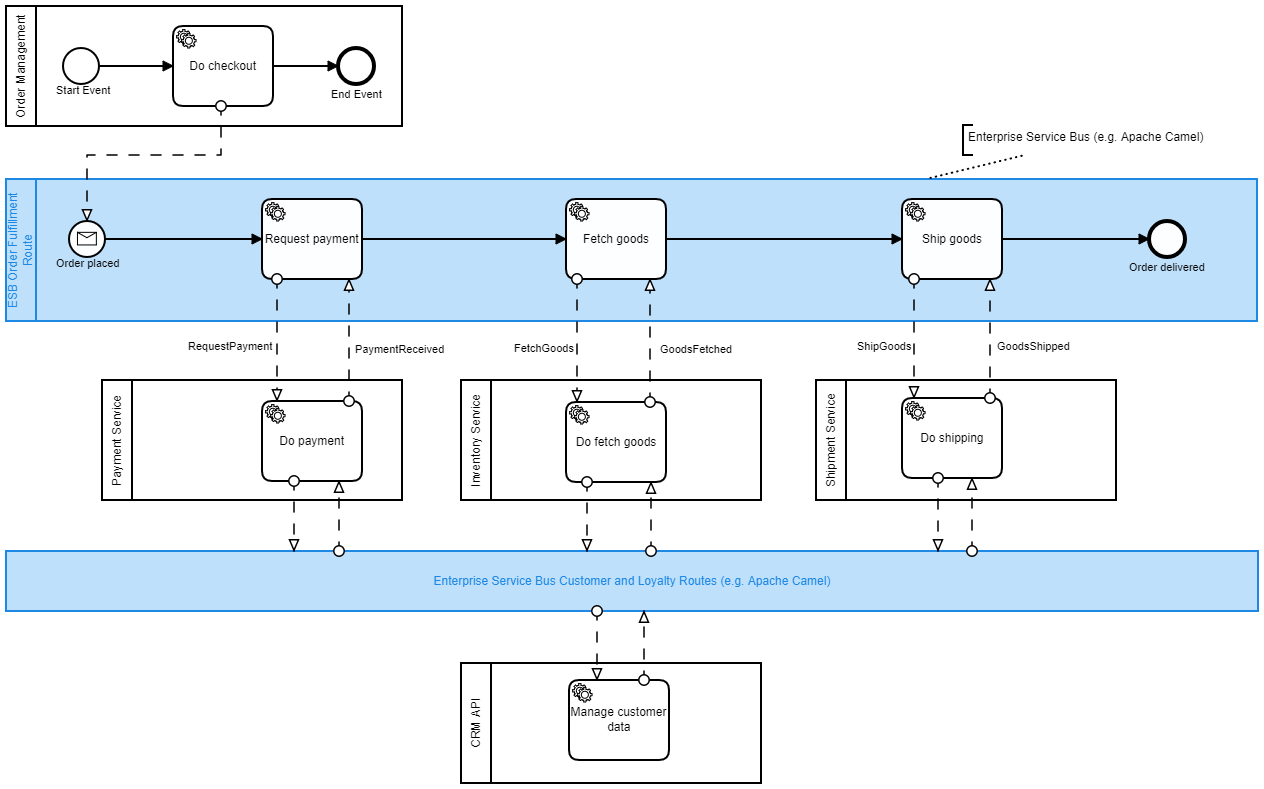
Above: images/0_order_fulfillment_service.png in DigiPR/digient-service-integration (BPMN), before the change. Its source is kept beside it as modelling/0_order_fulfillment_service.bpmn. Ids are renumbered. Its diagram source:
```xml
<bpmn:definitions xmlns:bpmn="http://www.omg.org/spec/BPMN/20100524/MODEL" xmlns:bpmndi="http://www.omg.org/spec/BPMN/20100524/DI" xmlns:di="http://www.omg.org/spec/DD/20100524/DI" xmlns:dc="http://www.omg.org/spec/DD/20100524/DC" xmlns:xsi="http://www.w3.org/2001/XMLSchema-instance" xmlns:camunda="http://camunda.org/schema/1.0/bpmn" xmlns:bioc="http://bpmn.io/schema/bpmn/biocolor/1.0" id="Definitions_1" targetNamespace="http://bpmn.io/schema/bpmn" exporter="Camunda Modeler" exporterVersion="2.0.3">
  <bpmn:collaboration id="Collaboration_n1">
    <bpmn:participant id="Participant_n2" name="Order Management" processRef="message-orchestration-checkout" />
    <bpmn:participant id="Participant_n3" name="ESB Order Fulfillment Route" processRef="message-orchestration-order" />
    <bpmn:participant id="Participant_n4" name="Payment Service" processRef="Process_n5" />
    <bpmn:participant id="Participant_n6" name="Inventory Service" processRef="Process_n7" />
    <bpmn:participant id="Participant_n8" name="Shipment Service" processRef="Process_n9" />
    <bpmn:participant id="Participant_n10" name="Enterprise Service Bus Customer and Loyalty Routes (e.g. Apache Camel)" />
    <bpmn:participant id="Participant_n11" name="CRM API" processRef="Process_n12" />
    <bpmn:messageFlow id="MessageFlow_n13" sourceRef="Task_n14" targetRef="StartEvent_n15" />
    <bpmn:messageFlow id="MessageFlow_n16" sourceRef="ServiceTask_n17" targetRef="Participant_n10" />
    <bpmn:messageFlow id="MessageFlow_n18" sourceRef="ServiceTask_n19" targetRef="Participant_n10" />
    <bpmn:messageFlow id="MessageFlow_n20" sourceRef="ServiceTask_n21" targetRef="Participant_n10" />
    <bpmn:messageFlow id="MessageFlow_n22" sourceRef="Participant_n10" targetRef="ServiceTask_n17" />
    <bpmn:messageFlow id="MessageFlow_n23" sourceRef="Participant_n10" targetRef="ServiceTask_n19" />
    <bpmn:messageFlow id="MessageFlow_n24" sourceRef="Participant_n10" targetRef="ServiceTask_n21" />
    <bpmn:messageFlow id="MessageFlow_n25" sourceRef="Participant_n10" targetRef="ServiceTask_n26" />
    <bpmn:messageFlow id="MessageFlow_n27" sourceRef="ServiceTask_n26" targetRef="Participant_n10" />
    <bpmn:messageFlow id="MessageFlow_n28" name="GoodsFetched" sourceRef="ServiceTask_n19" targetRef="SendTask_n29" />
    <bpmn:messageFlow id="MessageFlow_n30" name="GoodsShipped" sourceRef="ServiceTask_n21" targetRef="SendTask_n31" />
    <bpmn:messageFlow id="MessageFlow_n32" name="PaymentReceived" sourceRef="ServiceTask_n17" targetRef="SendTask_n33" />
    <bpmn:messageFlow id="MessageFlow_n34" name="FetchGoods" sourceRef="SendTask_n29" targetRef="ServiceTask_n19" />
    <bpmn:messageFlow id="MessageFlow_n35" name="ShipGoods" sourceRef="SendTask_n31" targetRef="ServiceTask_n21" />
    <bpmn:messageFlow id="MessageFlow_n36" name="RequestPayment" sourceRef="SendTask_n33" targetRef="ServiceTask_n17" />
    <bpmn:textAnnotation id="TextAnnotation_n37">
      <bpmn:text>Enterprise Service Bus (e.g. Apache Camel)</bpmn:text>
    </bpmn:textAnnotation>
    <bpmn:association id="Association_n38" sourceRef="Participant_n3" targetRef="TextAnnotation_n37" />
  </bpmn:collaboration>
  <bpmn:process id="message-orchestration-checkout" name="message-orchestration-checkout" isExecutable="true">
    <bpmn:startEvent id="StartEvent_1" name="Start Event">
      <bpmn:extensionElements>
        <camunda:formData businessKey="businessKey">
          <camunda:formField id="businessKey" label="Business Key" type="string" defaultValue="${strongUuidGenerator.getNextId()}" />
        </camunda:formData>
      </bpmn:extensionElements>
      <bpmn:outgoing>SequenceFlow_n39</bpmn:outgoing>
    </bpmn:startEvent>
    <bpmn:endEvent id="EndEvent_n40" name="End Event">
      <bpmn:incoming>SequenceFlow_n41</bpmn:incoming>
    </bpmn:endEvent>
    <bpmn:serviceTask id="Task_n14" name="Do checkout" camunda:expression="${runtimeService.createMessageCorrelation(&#34;Message_order_placed_orchestration_message&#34;).processInstanceBusinessKey(execution.getBusinessKey()).setVariables(execution.getVariables()).correlateWithResult()}">
      <bpmn:incoming>SequenceFlow_n39</bpmn:incoming>
      <bpmn:outgoing>SequenceFlow_n41</bpmn:outgoing>
    </bpmn:serviceTask>
    <bpmn:sequenceFlow id="SequenceFlow_n41" sourceRef="Task_n14" targetRef="EndEvent_n40" />
    <bpmn:sequenceFlow id="SequenceFlow_n39" sourceRef="StartEvent_1" targetRef="Task_n14" />
  </bpmn:process>
  <bpmn:process id="message-orchestration-order" name="message-orchestration-order" isExecutable="true">
    <bpmn:startEvent id="StartEvent_n15" name="Order placed">
      <bpmn:outgoing>SequenceFlow_n42</bpmn:outgoing>
      <bpmn:messageEventDefinition id="MessageEventDefinition_n43" messageRef="Message_n44" />
    </bpmn:startEvent>
    <bpmn:endEvent id="EndEvent_n45" name="Order delivered">
      <bpmn:incoming>SequenceFlow_n46</bpmn:incoming>
    </bpmn:endEvent>
    <bpmn:serviceTask id="SendTask_n33" name="Request payment" camunda:expression="#{orderAdapter.retrievePayment(execution)}">
      <bpmn:incoming>SequenceFlow_n42</bpmn:incoming>
      <bpmn:outgoing>SequenceFlow_n47</bpmn:outgoing>
    </bpmn:serviceTask>
    <bpmn:serviceTask id="SendTask_n29" name="Fetch goods" camunda:expression="#{orderAdapter.fetchGoods(execution)}">
      <bpmn:incoming>SequenceFlow_n47</bpmn:incoming>
      <bpmn:outgoing>SequenceFlow_n48</bpmn:outgoing>
    </bpmn:serviceTask>
    <bpmn:serviceTask id="SendTask_n31" name="Ship goods" camunda:expression="#{orderAdapter.shipGoods(execution)}">
      <bpmn:incoming>SequenceFlow_n48</bpmn:incoming>
      <bpmn:outgoing>SequenceFlow_n46</bpmn:outgoing>
    </bpmn:serviceTask>
    <bpmn:sequenceFlow id="SequenceFlow_n42" sourceRef="StartEvent_n15" targetRef="SendTask_n33" />
    <bpmn:sequenceFlow id="SequenceFlow_n46" sourceRef="SendTask_n31" targetRef="EndEvent_n45" />
    <bpmn:sequenceFlow id="SequenceFlow_n47" sourceRef="SendTask_n33" targetRef="SendTask_n29" />
    <bpmn:sequenceFlow id="SequenceFlow_n48" sourceRef="SendTask_n29" targetRef="SendTask_n31" />
  </bpmn:process>
  <bpmn:message id="Message_n49" name="Message_order_placed_orchestration" />
  <bpmn:message id="Message_n44" name="Message_order_placed_orchestration_message" />
  <bpmn:message id="Message_n50" name="PaymentReceived" />
  <bpmn:message id="Message_n51" name="GoodsFetched" />
  <bpmn:message id="Message_n52" name="GoodsShipped" />
  <bpmn:process id="Process_n5" isExecutable="false">
    <bpmn:serviceTask id="ServiceTask_n17" name="Do payment" />
  </bpmn:process>
  <bpmn:process id="Process_n7" isExecutable="false">
    <bpmn:serviceTask id="ServiceTask_n19" name="Do fetch goods" />
  </bpmn:process>
  <bpmn:process id="Process_n9" isExecutable="false">
    <bpmn:serviceTask id="ServiceTask_n21" name="Do shipping" />
  </bpmn:process>
  <bpmn:process id="Process_n12" isExecutable="false">
    <bpmn:serviceTask id="ServiceTask_n26" name="Manage customer data" />
  </bpmn:process>
  <bpmndi:BPMNDiagram id="BPMNDiagram_1">
    <bpmndi:BPMNPlane id="BPMNPlane_1" bpmnElement="Collaboration_n1">
      <bpmndi:BPMNShape id="Participant_n2_di" bpmnElement="Participant_n2">
        <dc:Bounds x="134" y="290" width="396" height="120" />
      </bpmndi:BPMNShape>
      <bpmndi:BPMNShape id="_BPMNShape_StartEvent_2" bpmnElement="StartEvent_1">
        <dc:Bounds x="191" y="332" width="36" height="36" />
        <bpmndi:BPMNLabel>
          <dc:Bounds x="184" y="368" width="56" height="14" />
        </bpmndi:BPMNLabel>
      </bpmndi:BPMNShape>
      <bpmndi:BPMNShape id="EndEvent_n40_di" bpmnElement="EndEvent_n40">
        <dc:Bounds x="466" y="332" width="36" height="36" />
        <bpmndi:BPMNLabel>
          <dc:Bounds x="459" y="372" width="52" height="14" />
        </bpmndi:BPMNLabel>
      </bpmndi:BPMNShape>
      <bpmndi:BPMNShape id="ServiceTask_1pmefsl_di" bpmnElement="Task_n14">
        <dc:Bounds x="301" y="310" width="100" height="80" />
      </bpmndi:BPMNShape>
      <bpmndi:BPMNEdge id="SequenceFlow_n41_di" bpmnElement="SequenceFlow_n41">
        <di:waypoint x="401" y="350" />
        <di:waypoint x="466" y="350" />
        <bpmndi:BPMNLabel>
          <dc:Bounds x="389" y="112" width="90" height="12" />
        </bpmndi:BPMNLabel>
      </bpmndi:BPMNEdge>
      <bpmndi:BPMNEdge id="SequenceFlow_n39_di" bpmnElement="SequenceFlow_n39">
        <di:waypoint x="227" y="350" />
        <di:waypoint x="301" y="350" />
        <bpmndi:BPMNLabel>
          <dc:Bounds x="219" y="112" width="90" height="12" />
        </bpmndi:BPMNLabel>
      </bpmndi:BPMNEdge>
      <bpmndi:BPMNShape id="Participant_n3_di" bpmnElement="Participant_n3" bioc:stroke="#1E88E5" bioc:fill="#BBDEFB">
        <dc:Bounds x="134" y="463" width="1251" height="142" />
      </bpmndi:BPMNShape>
      <bpmndi:BPMNShape id="StartEvent_n15_di" bpmnElement="StartEvent_n15">
        <dc:Bounds x="197" y="505" width="36" height="36" />
        <bpmndi:BPMNLabel>
          <dc:Bounds x="184" y="541" width="64" height="14" />
        </bpmndi:BPMNLabel>
      </bpmndi:BPMNShape>
      <bpmndi:BPMNEdge id="SequenceFlow_n42_di" bpmnElement="SequenceFlow_n42">
        <di:waypoint x="233" y="523" />
        <di:waypoint x="390" y="523" />
        <bpmndi:BPMNLabel>
          <dc:Bounds x="189" y="293" width="90" height="12" />
        </bpmndi:BPMNLabel>
      </bpmndi:BPMNEdge>
      <bpmndi:BPMNEdge id="SequenceFlow_n47_di" bpmnElement="SequenceFlow_n47">
        <di:waypoint x="490" y="523" />
        <di:waypoint x="694" y="523" />
        <bpmndi:BPMNLabel>
          <dc:Bounds x="351" y="293" width="90" height="12" />
        </bpmndi:BPMNLabel>
      </bpmndi:BPMNEdge>
      <bpmndi:BPMNEdge id="MessageFlow_n13_di" bpmnElement="MessageFlow_n13">
        <di:waypoint x="349" y="390" />
        <di:waypoint x="349" y="439" />
        <di:waypoint x="215" y="439" />
        <di:waypoint x="215" y="505" />
        <bpmndi:BPMNLabel>
          <dc:Bounds x="238" y="214" width="90" height="12" />
        </bpmndi:BPMNLabel>
      </bpmndi:BPMNEdge>
      <bpmndi:BPMNShape id="EndEvent_0q8zog4_di" bpmnElement="EndEvent_n45">
        <dc:Bounds x="1277" y="505" width="36" height="36" />
        <bpmndi:BPMNLabel>
          <dc:Bounds x="1257" y="545" width="76" height="14" />
        </bpmndi:BPMNLabel>
      </bpmndi:BPMNShape>
      <bpmndi:BPMNShape id="Participant_n4_di" bpmnElement="Participant_n4">
        <dc:Bounds x="230" y="664" width="300" height="120" />
      </bpmndi:BPMNShape>
      <bpmndi:BPMNShape id="Participant_n6_di" bpmnElement="Participant_n6">
        <dc:Bounds x="589" y="664" width="300" height="120" />
      </bpmndi:BPMNShape>
      <bpmndi:BPMNShape id="Participant_n8_di" bpmnElement="Participant_n8">
        <dc:Bounds x="944" y="664" width="300" height="120" />
      </bpmndi:BPMNShape>
      <bpmndi:BPMNShape id="ServiceTask_n17_di" bpmnElement="ServiceTask_n17">
        <dc:Bounds x="390" y="685" width="100" height="80" />
      </bpmndi:BPMNShape>
      <bpmndi:BPMNShape id="ServiceTask_n19_di" bpmnElement="ServiceTask_n19">
        <dc:Bounds x="694" y="686" width="100" height="80" />
      </bpmndi:BPMNShape>
      <bpmndi:BPMNShape id="ServiceTask_n21_di" bpmnElement="ServiceTask_n21">
        <dc:Bounds x="1030" y="682" width="100" height="80" />
      </bpmndi:BPMNShape>
      <bpmndi:BPMNShape id="ServiceTask_0zx2699_di" bpmnElement="SendTask_n33">
        <dc:Bounds x="390" y="483" width="100" height="80" />
      </bpmndi:BPMNShape>
      <bpmndi:BPMNShape id="ServiceTask_1o2z53r_di" bpmnElement="SendTask_n29">
        <dc:Bounds x="694" y="483" width="100" height="80" />
      </bpmndi:BPMNShape>
      <bpmndi:BPMNShape id="ServiceTask_0q8vpvg_di" bpmnElement="SendTask_n31">
        <dc:Bounds x="1030" y="483" width="100" height="80" />
      </bpmndi:BPMNShape>
      <bpmndi:BPMNEdge id="SequenceFlow_n46_di" bpmnElement="SequenceFlow_n46">
        <di:waypoint x="1130" y="523" />
        <di:waypoint x="1277" y="523" />
        <bpmndi:BPMNLabel>
          <dc:Bounds x="981" y="293" width="90" height="12" />
        </bpmndi:BPMNLabel>
      </bpmndi:BPMNEdge>
      <bpmndi:BPMNEdge id="SequenceFlow_n48_di" bpmnElement="SequenceFlow_n48">
        <di:waypoint x="794" y="523" />
        <di:waypoint x="1030" y="523" />
        <bpmndi:BPMNLabel>
          <dc:Bounds x="659" y="293" width="90" height="12" />
        </bpmndi:BPMNLabel>
      </bpmndi:BPMNEdge>
      <bpmndi:BPMNShape id="Participant_n10_di" bpmnElement="Participant_n10" bioc:stroke="#1E88E5" bioc:fill="#BBDEFB">
        <dc:Bounds x="134" y="835" width="1252" height="60" />
      </bpmndi:BPMNShape>
      <bpmndi:BPMNShape id="Participant_n11_di" bpmnElement="Participant_n11">
        <dc:Bounds x="589" y="947" width="300" height="120" />
      </bpmndi:BPMNShape>
      <bpmndi:BPMNShape id="ServiceTask_n26_di" bpmnElement="ServiceTask_n26">
        <dc:Bounds x="697" y="964" width="100" height="80" />
      </bpmndi:BPMNShape>
      <bpmndi:BPMNEdge id="MessageFlow_n16_di" bpmnElement="MessageFlow_n16">
        <di:waypoint x="422" y="765" />
        <di:waypoint x="422" y="835" />
      </bpmndi:BPMNEdge>
      <bpmndi:BPMNEdge id="MessageFlow_n18_di" bpmnElement="MessageFlow_n18">
        <di:waypoint x="715" y="766" />
        <di:waypoint x="715" y="835" />
      </bpmndi:BPMNEdge>
      <bpmndi:BPMNEdge id="MessageFlow_n20_di" bpmnElement="MessageFlow_n20">
        <di:waypoint x="1066" y="762" />
        <di:waypoint x="1066" y="835" />
      </bpmndi:BPMNEdge>
      <bpmndi:BPMNEdge id="MessageFlow_n22_di" bpmnElement="MessageFlow_n22">
        <di:waypoint x="467" y="835" />
        <di:waypoint x="467" y="765" />
      </bpmndi:BPMNEdge>
      <bpmndi:BPMNEdge id="MessageFlow_n23_di" bpmnElement="MessageFlow_n23">
        <di:waypoint x="779" y="835" />
        <di:waypoint x="779" y="766" />
      </bpmndi:BPMNEdge>
      <bpmndi:BPMNEdge id="MessageFlow_n24_di" bpmnElement="MessageFlow_n24">
        <di:waypoint x="1100" y="835" />
        <di:waypoint x="1100" y="762" />
      </bpmndi:BPMNEdge>
      <bpmndi:BPMNEdge id="MessageFlow_n25_di" bpmnElement="MessageFlow_n25">
        <di:waypoint x="725" y="895" />
        <di:waypoint x="725" y="964" />
      </bpmndi:BPMNEdge>
      <bpmndi:BPMNEdge id="MessageFlow_n27_di" bpmnElement="MessageFlow_n27">
        <di:waypoint x="772" y="964" />
        <di:waypoint x="772" y="895" />
      </bpmndi:BPMNEdge>
      <bpmndi:BPMNShape id="TextAnnotation_n37_di" bpmnElement="TextAnnotation_n37">
        <dc:Bounds x="1091" y="409" width="248" height="30" />
      </bpmndi:BPMNShape>
      <bpmndi:BPMNEdge id="Association_n38_di" bpmnElement="Association_n38">
        <di:waypoint x="1054" y="463" />
        <di:waypoint x="1153" y="439" />
      </bpmndi:BPMNEdge>
      <bpmndi:BPMNEdge id="MessageFlow_n28_di" bpmnElement="MessageFlow_n28">
        <di:waypoint x="778" y="686" />
        <di:waypoint x="778" y="563" />
        <bpmndi:BPMNLabel>
          <dc:Bounds x="788" y="627" width="73" height="14" />
        </bpmndi:BPMNLabel>
      </bpmndi:BPMNEdge>
      <bpmndi:BPMNEdge id="MessageFlow_n30_di" bpmnElement="MessageFlow_n30">
        <di:waypoint x="1118" y="682" />
        <di:waypoint x="1118" y="563" />
        <bpmndi:BPMNLabel>
          <dc:Bounds x="1125" y="624" width="73" height="14" />
        </bpmndi:BPMNLabel>
      </bpmndi:BPMNEdge>
      <bpmndi:BPMNEdge id="MessageFlow_n32_di" bpmnElement="MessageFlow_n32">
        <di:waypoint x="477" y="685" />
        <di:waypoint x="477" y="563" />
        <bpmndi:BPMNLabel>
          <dc:Bounds x="483" y="627" width="90" height="14" />
        </bpmndi:BPMNLabel>
      </bpmndi:BPMNEdge>
      <bpmndi:BPMNEdge id="MessageFlow_n34_di" bpmnElement="MessageFlow_n34">
        <di:waypoint x="705" y="563" />
        <di:waypoint x="705" y="686" />
        <bpmndi:BPMNLabel>
          <dc:Bounds x="642" y="626" width="61" height="14" />
        </bpmndi:BPMNLabel>
      </bpmndi:BPMNEdge>
      <bpmndi:BPMNEdge id="MessageFlow_n35_di" bpmnElement="MessageFlow_n35">
        <di:waypoint x="1042" y="563" />
        <di:waypoint x="1042" y="682" />
        <bpmndi:BPMNLabel>
          <dc:Bounds x="985" y="624" width="55" height="14" />
        </bpmndi:BPMNLabel>
      </bpmndi:BPMNEdge>
      <bpmndi:BPMNEdge id="MessageFlow_n36_di" bpmnElement="MessageFlow_n36">
        <di:waypoint x="405" y="563" />
        <di:waypoint x="405" y="685" />
        <bpmndi:BPMNLabel>
          <dc:Bounds x="316" y="624" width="86" height="14" />
        </bpmndi:BPMNLabel>
      </bpmndi:BPMNEdge>
    </bpmndi:BPMNPlane>
  </bpmndi:BPMNDiagram>
</bpmn:definitions>
```
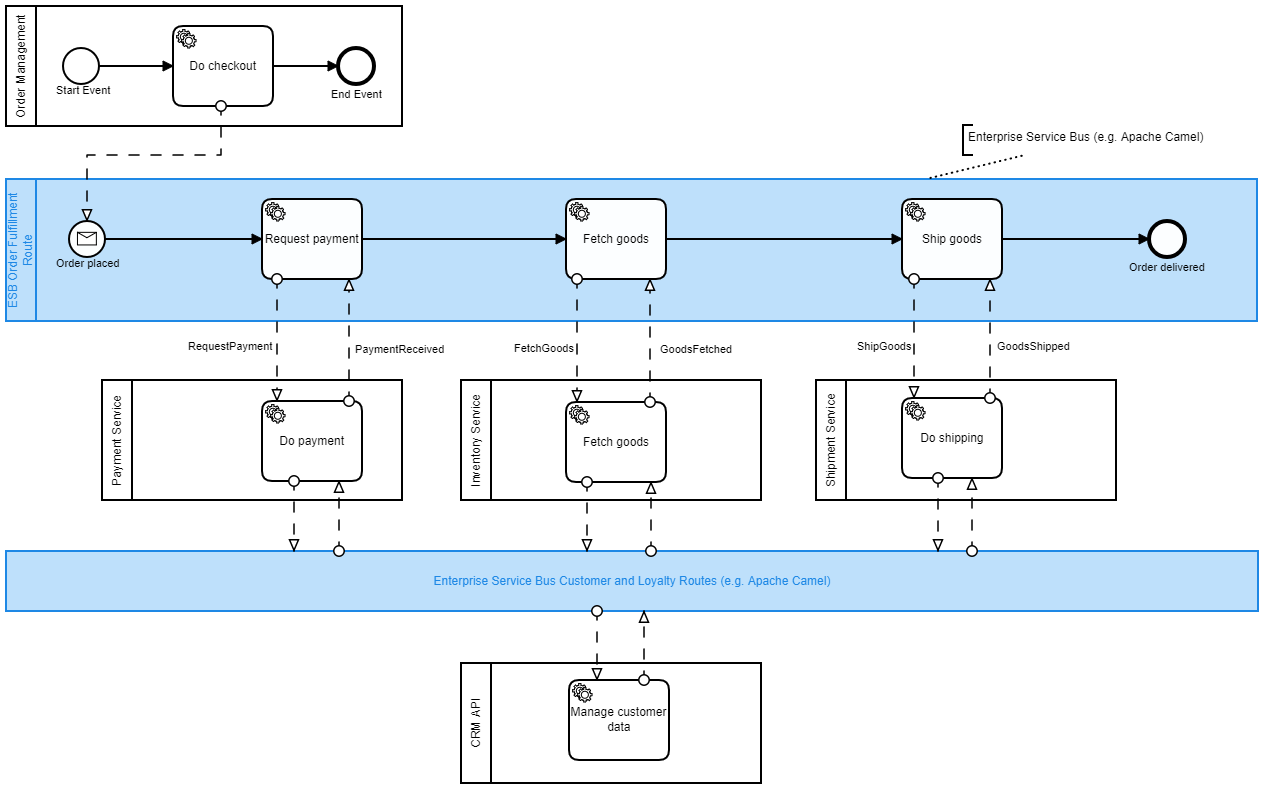
The same diagram one commit later.

The edit, as a diff of the source:
```diff
@@ -80,7 +80,7 @@
     <bpmn:serviceTask id="ServiceTask_n17" name="Do payment" />
   </bpmn:process>
   <bpmn:process id="Process_n7" isExecutable="false">
-    <bpmn:serviceTask id="ServiceTask_n19" name="Do fetch goods" />
+    <bpmn:serviceTask id="ServiceTask_n19" name="Fetch goods" />
   </bpmn:process>
   <bpmn:process id="Process_n9" isExecutable="false">
     <bpmn:serviceTask id="ServiceTask_n21" name="Do shipping" />
```
